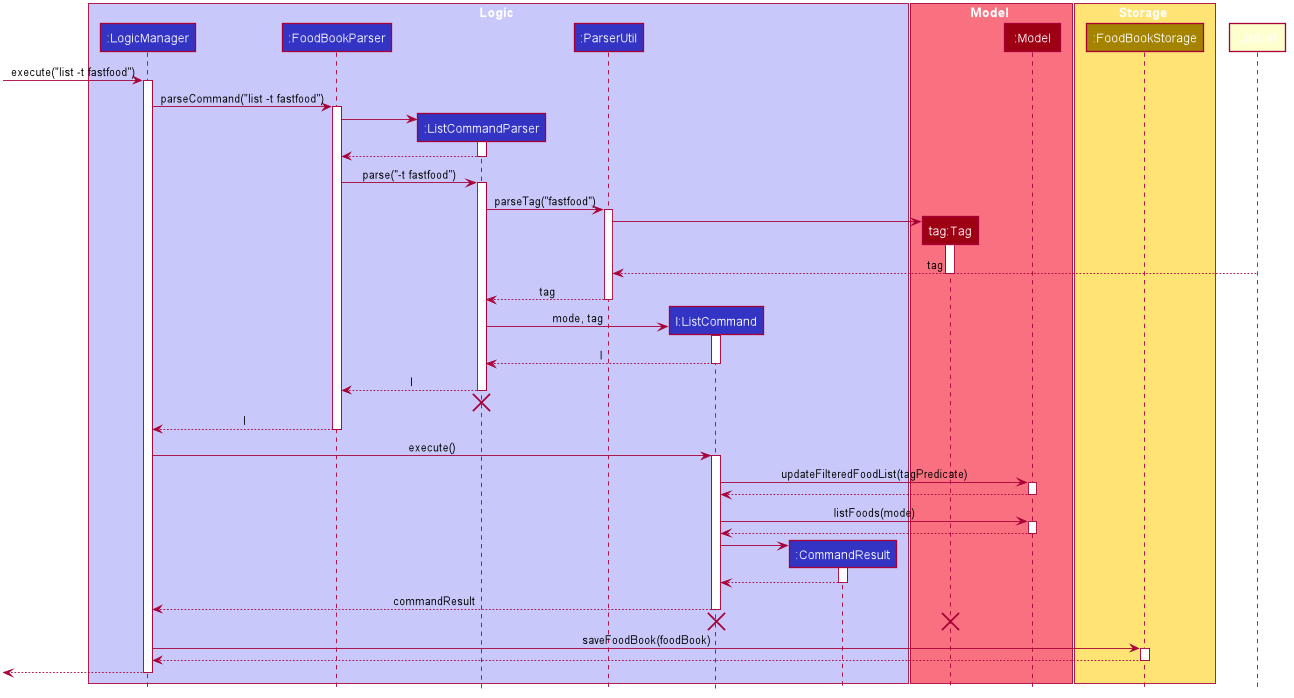
The PlantUML diagram images/DietTrackerListCommandTagSequenceDiagram.png in AY1920S2-CS2103T-W13-1/main, before a commit.
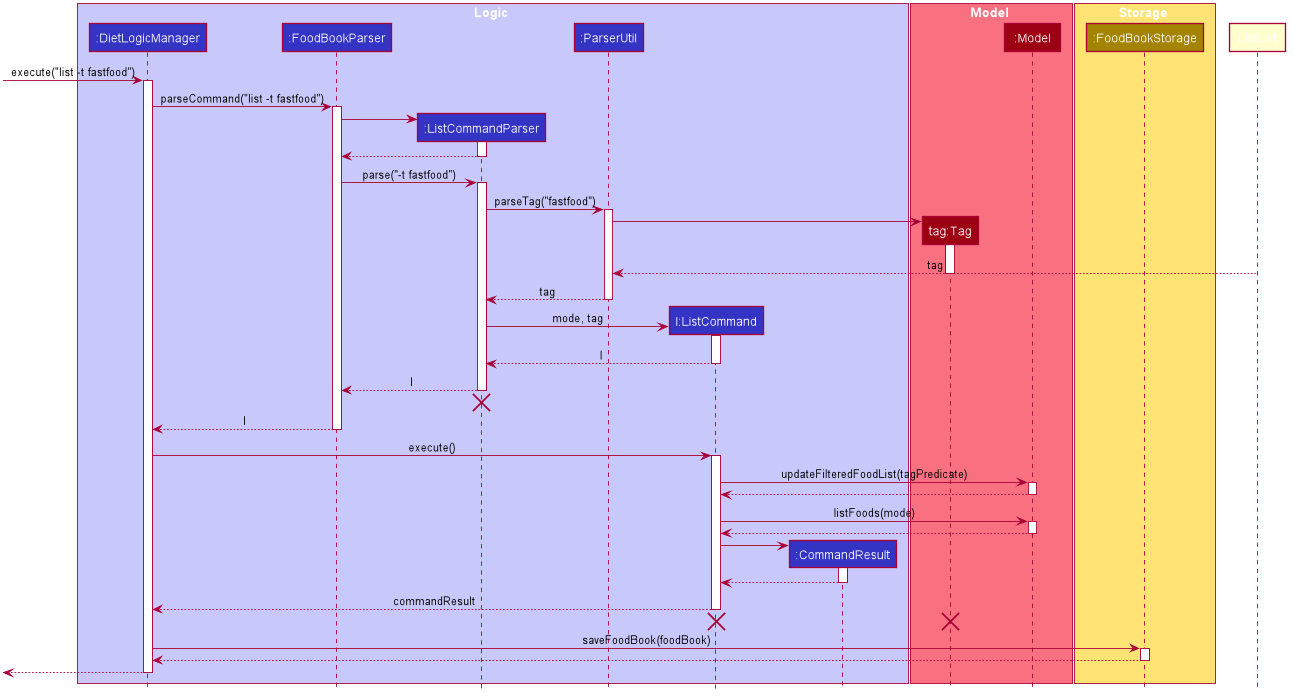
After the commit.

The edit, as a diff of the source:
```diff
@@ -1,4 +1,5 @@
 @startuml
+
 
 
 
@@ -49,7 +50,7 @@
 hide circle
 
 box Logic #C8C8FA
-participant ":LogicManager" as LogicManager #3333C4
+participant ":DietLogicManager" as LogicManager #3333C4
 participant ":FoodBookParser" as FoodBookParser #3333C4
 participant ":ListCommandParser" as ListCommandParser #3333C4
 participant ":ParserUtil" as ParserUtil #3333C4
```
